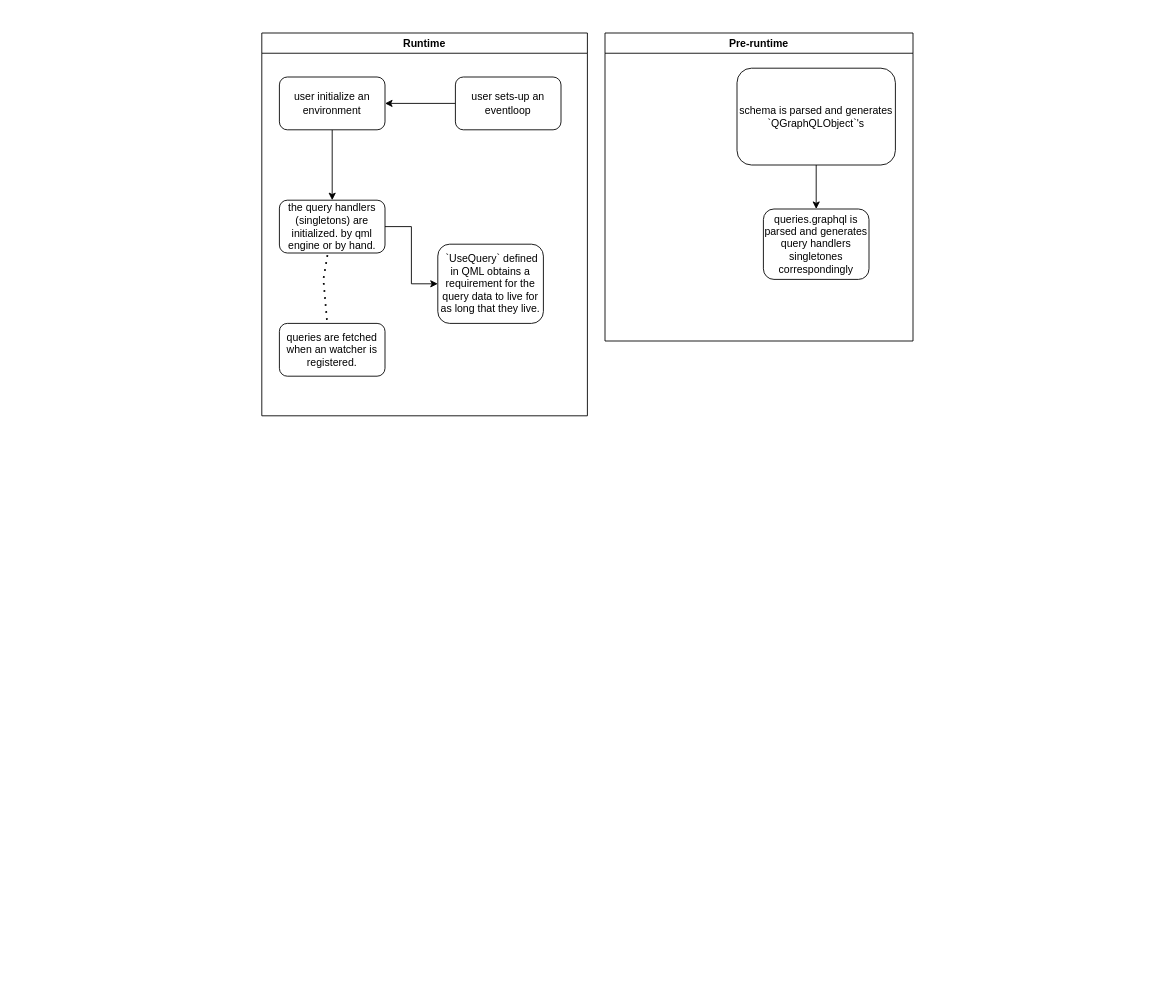
Above: qtgql/Untitled Diagram.drawio in nrbnlulu/diagrams (draw.io), before the change. Source tidied: cells renumbered, new cells numbered last; positions are measured from the earlier drawing's top-left corner, leaving out a move shared by most shapes. Both pictures are drawn from the tidied source at 88%, with x=0, y=0 at pixel (261, 33).
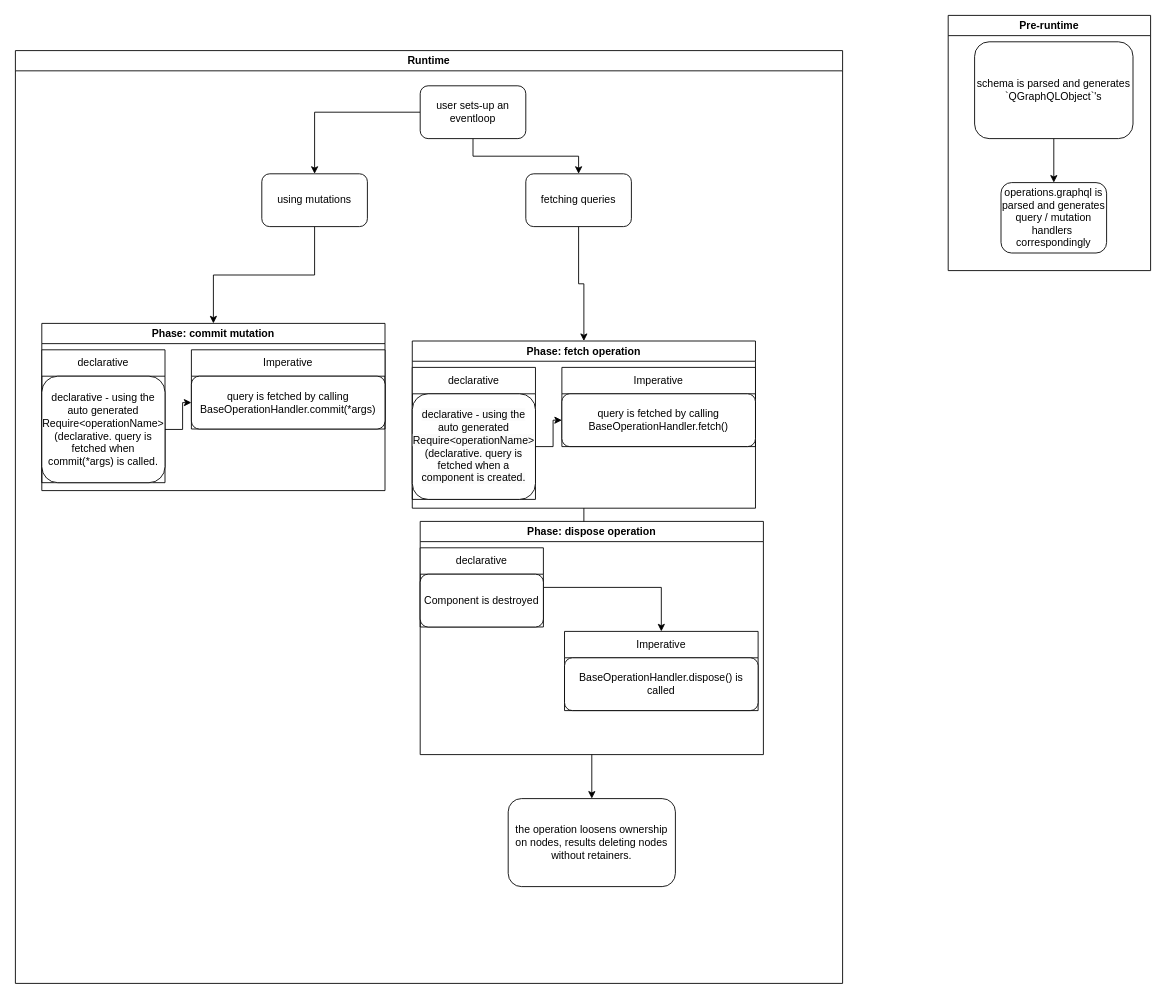
Above is the later version.

The edit, as a diff of the source:
```diff
@@
     <mxCell id="2" value="Pre-runtime&lt;br&gt;" style="swimlane;whiteSpace=wrap;html=1;" parent="1" vertex="1">
-      <mxGeometry x="390" width="350" height="350" as="geometry" />
+      <mxGeometry x="780" y="-20" width="230" height="290" as="geometry" />
     </mxCell>
@@
     <mxCell id="4" value="schema is parsed and generates `QGraphQLObject`'s" style="rounded=1;whiteSpace=wrap;html=1;" parent="2" vertex="1">
-      <mxGeometry x="150" y="40" width="180" height="110" as="geometry" />
+      <mxGeometry x="30" y="30" width="180" height="110" as="geometry" />
     </mxCell>
-    <mxCell id="5" value="queries.graphql is parsed and generates query handlers singletones correspondingly" style="whiteSpace=wrap;html=1;rounded=1;" parent="2" vertex="1">
-      <mxGeometry x="180" y="200" width="120" height="80" as="geometry" />
+    <mxCell id="5" value="operations.graphql is parsed and generates query / mutation handlers&amp;nbsp; correspondingly" style="whiteSpace=wrap;html=1;rounded=1;" parent="2" vertex="1">
+      <mxGeometry x="60" y="190" width="120" height="80" as="geometry" />
     </mxCell>
     <mxCell id="6" value="Runtime&lt;br&gt;" style="swimlane;whiteSpace=wrap;html=1;" parent="1" vertex="1">
-      <mxGeometry width="370" height="435" as="geometry" />
+      <mxGeometry x="-280" y="20" width="940" height="1060" as="geometry" />
     </mxCell>
-    <mxCell id="7" style="edgeStyle=orthogonalEdgeStyle;rounded=0;jettySize=auto;html=1;" parent="6" edge="1" source="8" target="10">
-      <mxGeometry relative="1" as="geometry" />
-    </mxCell>
+    <mxCell id="16" style="edgeStyle=orthogonalEdgeStyle;rounded=0;jettySize=auto;html=1;" parent="6" edge="1" source="8" target="19">
+      <mxGeometry relative="1" as="geometry" />
+    </mxCell>
+    <mxCell id="17" style="edgeStyle=orthogonalEdgeStyle;rounded=0;jettySize=auto;html=1;" parent="6" edge="1" source="8" target="22">
+      <mxGeometry relative="1" as="geometry" />
+    </mxCell>
     <mxCell id="8" value="user sets-up an eventloop" style="rounded=1;whiteSpace=wrap;html=1;" parent="6" vertex="1">
-      <mxGeometry x="220" y="50" width="120" height="60" as="geometry" />
+      <mxGeometry x="460" y="40" width="120" height="60" as="geometry" />
     </mxCell>
-    <mxCell id="9" style="edgeStyle=orthogonalEdgeStyle;rounded=0;jettySize=auto;html=1;" parent="6" edge="1" source="10" target="12">
-      <mxGeometry relative="1" as="geometry" />
-    </mxCell>
-    <mxCell id="10" value="user initialize an environment" style="whiteSpace=wrap;html=1;rounded=1;" parent="6" vertex="1">
-      <mxGeometry x="20" y="50" width="120" height="60" as="geometry" />
-    </mxCell>
-    <mxCell id="11" style="edgeStyle=orthogonalEdgeStyle;rounded=0;jettySize=auto;html=1;" parent="6" edge="1" source="12" target="13">
-      <mxGeometry relative="1" as="geometry" />
-    </mxCell>
-    <mxCell id="12" value="the query handlers (singletons) are initialized. by qml engine or by hand." style="whiteSpace=wrap;html=1;rounded=1;" parent="6" vertex="1">
-      <mxGeometry x="20" y="190" width="120" height="60" as="geometry" />
-    </mxCell>
-    <mxCell id="13" value="&amp;nbsp;`UseQuery` defined in QML obtains a requirement for the query data to live for as long that they live." style="whiteSpace=wrap;html=1;rounded=1;" parent="6" vertex="1">
-      <mxGeometry x="200" y="240" width="120" height="90" as="geometry" />
-    </mxCell>
-    <mxCell id="14" value="queries are fetched when an watcher is registered." style="whiteSpace=wrap;html=1;rounded=1;" parent="6" vertex="1">
-      <mxGeometry x="20" y="330" width="120" height="60" as="geometry" />
-    </mxCell>
-    <mxCell id="15" style="endArrow=none;dashed=1;html=1;dashPattern=1 3;strokeWidth=2;rounded=0;exitX=0.45;exitY=-0.067;exitDx=0;exitDy=0;exitPerimeter=0;" parent="6" edge="1" source="14" target="12">
-      <mxGeometry relative="1" as="geometry">
-        <Array as="points">
-          <mxPoint x="70" y="280" />
-        </Array>
-      </mxGeometry>
-    </mxCell>
+    <mxCell id="18" style="edgeStyle=orthogonalEdgeStyle;rounded=0;jettySize=auto;html=1;" parent="6" edge="1" source="19" target="24">
+      <mxGeometry relative="1" as="geometry" />
+    </mxCell>
+    <mxCell id="19" value="fetching queries" style="whiteSpace=wrap;html=1;rounded=1;" parent="6" vertex="1">
+      <mxGeometry x="580" y="140" width="120" height="60" as="geometry" />
+    </mxCell>
+    <mxCell id="20" value="the operation loosens ownership on nodes, results deleting nodes without retainers." style="whiteSpace=wrap;html=1;rounded=1;" parent="6" vertex="1">
+      <mxGeometry x="560" y="850" width="190" height="100" as="geometry" />
+    </mxCell>
+    <mxCell id="21" style="edgeStyle=orthogonalEdgeStyle;rounded=0;jettySize=auto;html=1;entryX=0.5;entryY=0;entryDx=0;entryDy=0;" parent="6" edge="1" source="22" target="37">
+      <mxGeometry relative="1" as="geometry" />
+    </mxCell>
+    <mxCell id="22" value="using mutations" style="rounded=1;whiteSpace=wrap;html=1;" parent="6" vertex="1">
+      <mxGeometry x="280" y="140" width="120" height="60" as="geometry" />
+    </mxCell>
+    <mxCell id="23" style="edgeStyle=orthogonalEdgeStyle;rounded=0;jettySize=auto;html=1;" parent="6" edge="1" source="24" target="31">
+      <mxGeometry relative="1" as="geometry" />
+    </mxCell>
+    <mxCell id="24" value="Phase: fetch operation" style="swimlane;whiteSpace=wrap;html=1;" parent="6" vertex="1">
+      <mxGeometry x="451" y="330" width="390" height="190" as="geometry" />
+    </mxCell>
+    <mxCell id="25" value="declarative" style="swimlane;fontStyle=0;horizontal=1;startSize=30;whiteSpace=wrap;html=1;" parent="24" vertex="1">
+      <mxGeometry y="30" width="140" height="150" as="geometry" />
+    </mxCell>
+    <mxCell id="26" value="&lt;span style=&quot;color: rgb(0, 0, 0); font-family: Helvetica; font-size: 12px; font-style: normal; font-variant-ligatures: normal; font-variant-caps: normal; font-weight: 400; letter-spacing: normal; orphans: 2; text-align: center; text-indent: 0px; text-transform: none; widows: 2; word-spacing: 0px; -webkit-text-stroke-width: 0px; background-color: rgb(251, 251, 251); text-decoration-thickness: initial; text-decoration-style: initial; text-decoration-color: initial; float: none; display: inline !important;&quot;&gt;declarative - using the auto generated Require&amp;lt;operationName&amp;gt; (declarative. query is fetched when a component is created.&lt;/span&gt;" style="whiteSpace=wrap;html=1;rounded=1;" parent="25" vertex="1">
+      <mxGeometry y="30" width="140" height="120" as="geometry" />
+    </mxCell>
+    <mxCell id="27" value="Imperative" style="swimlane;fontStyle=0;horizontal=1;startSize=30;whiteSpace=wrap;html=1;" parent="24" vertex="1">
+      <mxGeometry x="170" y="30" width="220" height="90" as="geometry" />
+    </mxCell>
+    <mxCell id="28" value="query is fetched by calling BaseOperationHandler.fetch()" style="whiteSpace=wrap;html=1;rounded=1;" parent="27" vertex="1">
+      <mxGeometry y="30" width="220" height="60" as="geometry" />
+    </mxCell>
+    <mxCell id="29" style="edgeStyle=orthogonalEdgeStyle;rounded=0;jettySize=auto;html=1;" parent="24" edge="1" source="26" target="28">
+      <mxGeometry relative="1" as="geometry" />
+    </mxCell>
+    <mxCell id="30" style="edgeStyle=orthogonalEdgeStyle;rounded=0;jettySize=auto;html=1;" parent="6" edge="1" source="31" target="20">
+      <mxGeometry relative="1" as="geometry" />
+    </mxCell>
+    <mxCell id="31" value="Phase: dispose operation" style="swimlane;whiteSpace=wrap;html=1;" parent="6" vertex="1">
+      <mxGeometry x="460" y="535" width="390" height="265" as="geometry" />
+    </mxCell>
+    <mxCell id="32" style="edgeStyle=orthogonalEdgeStyle;rounded=0;jettySize=auto;html=1;" parent="31" edge="1" source="33" target="35">
+      <mxGeometry relative="1" as="geometry" />
+    </mxCell>
+    <mxCell id="33" value="declarative" style="swimlane;fontStyle=0;horizontal=1;startSize=30;whiteSpace=wrap;html=1;" parent="31" vertex="1">
+      <mxGeometry y="30" width="140" height="90" as="geometry" />
+    </mxCell>
+    <mxCell id="34" value="Component is destroyed" style="whiteSpace=wrap;html=1;rounded=1;" parent="33" vertex="1">
+      <mxGeometry y="30" width="140" height="60" as="geometry" />
+    </mxCell>
+    <mxCell id="35" value="Imperative" style="swimlane;fontStyle=0;horizontal=1;startSize=30;whiteSpace=wrap;html=1;" parent="31" vertex="1">
+      <mxGeometry x="164" y="125" width="220" height="90" as="geometry" />
+    </mxCell>
+    <mxCell id="36" value="BaseOperationHandler.dispose() is called" style="whiteSpace=wrap;html=1;rounded=1;" parent="35" vertex="1">
+      <mxGeometry y="30" width="220" height="60" as="geometry" />
+    </mxCell>
+    <mxCell id="37" value="Phase: commit mutation" style="swimlane;whiteSpace=wrap;html=1;" parent="6" vertex="1">
+      <mxGeometry x="30" y="310" width="390" height="190" as="geometry" />
+    </mxCell>
+    <mxCell id="38" value="declarative" style="swimlane;fontStyle=0;horizontal=1;startSize=30;whiteSpace=wrap;html=1;" parent="37" vertex="1">
+      <mxGeometry y="30" width="140" height="151" as="geometry" />
+    </mxCell>
+    <mxCell id="39" value="declarative - using the auto generated Require&amp;lt;operationName&amp;gt; (declarative. query is fetched when commit(*args) is called." style="whiteSpace=wrap;html=1;rounded=1;" parent="38" vertex="1">
+      <mxGeometry y="30" width="140" height="121" as="geometry" />
+    </mxCell>
+    <mxCell id="40" value="Imperative" style="swimlane;fontStyle=0;horizontal=1;startSize=30;whiteSpace=wrap;html=1;" parent="37" vertex="1">
+      <mxGeometry x="170" y="30" width="220" height="90" as="geometry" />
+    </mxCell>
+    <mxCell id="41" value="query is fetched by calling BaseOperationHandler.commit(*args)" style="whiteSpace=wrap;html=1;rounded=1;" parent="40" vertex="1">
+      <mxGeometry y="30" width="220" height="60" as="geometry" />
+    </mxCell>
+    <mxCell id="42" style="edgeStyle=orthogonalEdgeStyle;rounded=0;jettySize=auto;html=1;" parent="37" edge="1" source="39" target="41">
+      <mxGeometry relative="1" as="geometry" />
+    </mxCell>
```
